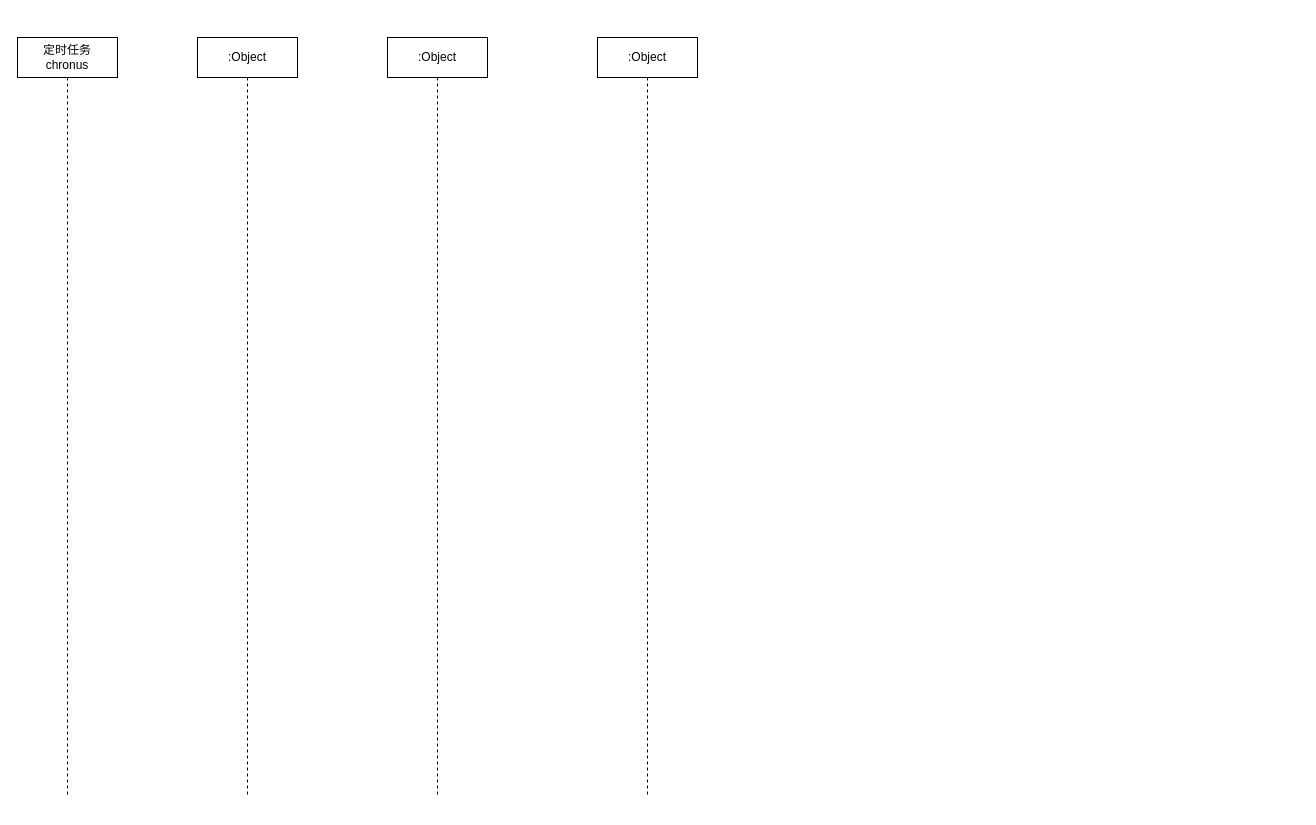
This is src/draw/微信商家券补码定时任务优化.drawio from y13513867074/draw, a draw.io file, before an edit. Source tidied: cells renumbered, new cells numbered last; positions are measured from the earlier drawing's top-left corner, leaving out a move shared by most shapes. Both pictures are drawn from the tidied source at 100%, with x=0, y=0 at pixel (17, 37).
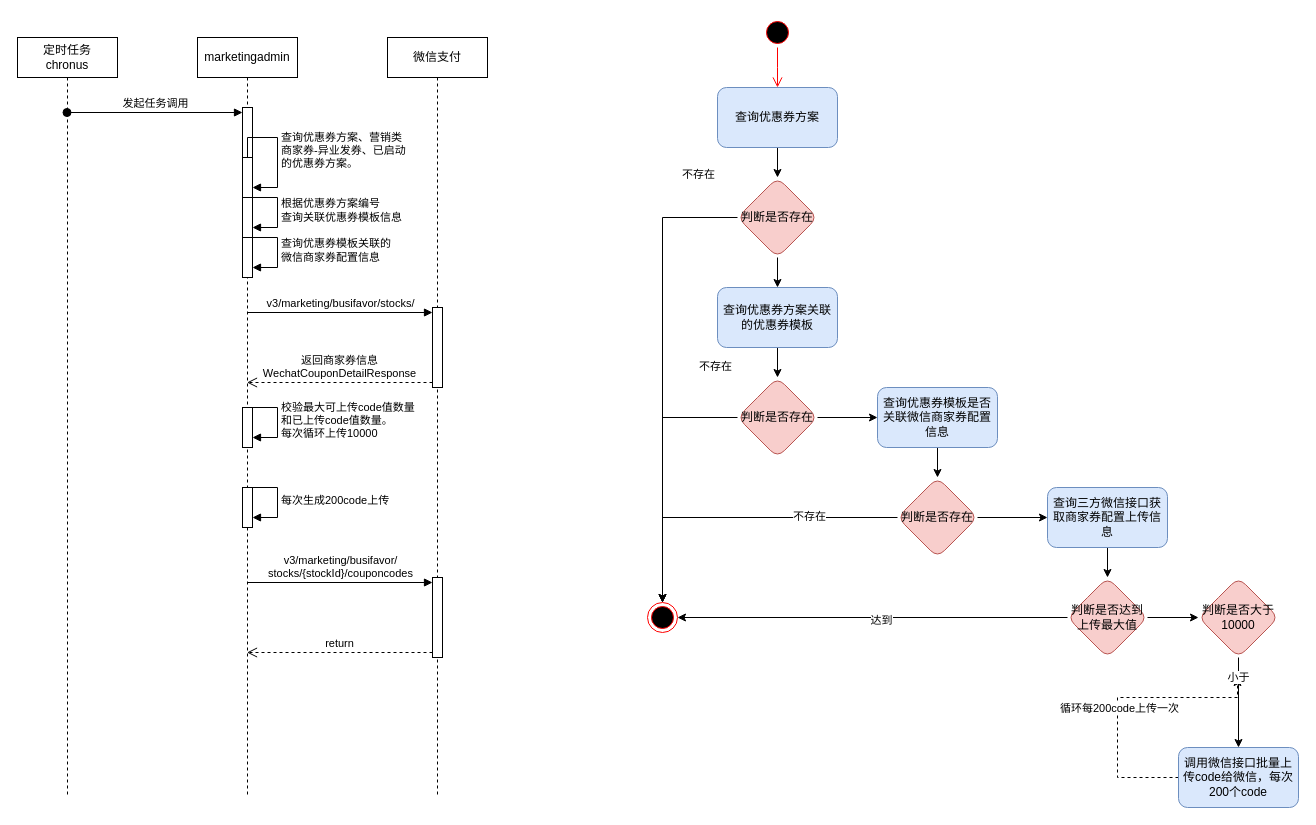
The same page after the edit.

Commit message:
更新微信商家券补码定时任务优化.drawio

The change refers to these unchanged cells:
```xml
<mxCell id="2" value="定时任务&lt;div&gt;chronus&lt;/div&gt;" style="shape=umlLifeline;perimeter=lifelinePerimeter;whiteSpace=wrap;html=1;outlineConnect=0;portConstraint=eastwest;newEdgeStyle={&quot;curved&quot;:0,&quot;rounded&quot;:0};" parent="1" vertex="1">
  <mxGeometry width="100" height="760" as="geometry" />
</mxCell>
```

Diff of the diagram source:
```diff
@@
-    <mxCell id="3" value=":Object" style="shape=umlLifeline;perimeter=lifelinePerimeter;whiteSpace=wrap;html=1;outlineConnect=0;portConstraint=eastwest;newEdgeStyle={&quot;curved&quot;:0,&quot;rounded&quot;:0};" parent="1" vertex="1">
+    <mxCell id="3" value="marketingadmin" style="shape=umlLifeline;perimeter=lifelinePerimeter;whiteSpace=wrap;html=1;outlineConnect=0;portConstraint=eastwest;newEdgeStyle={&quot;curved&quot;:0,&quot;rounded&quot;:0};" parent="1" vertex="1">
       <mxGeometry x="180" width="100" height="760" as="geometry" />
     </mxCell>
+    <mxCell id="6" style="html=1;points=[[0,0,0,0,5],[0,1,0,0,-5],[1,0,0,0,5],[1,1,0,0,-5]];perimeter=orthogonalPerimeter;outlineConnect=0;targetShapes=umlLifeline;portConstraint=eastwest;newEdgeStyle={&quot;curved&quot;:0,&quot;rounded&quot;:0};" parent="3" vertex="1">
+      <mxGeometry x="45" y="70" width="10" height="80" as="geometry" />
+    </mxCell>
+    <mxCell id="7" style="html=1;points=[[0,0,0,0,5],[0,1,0,0,-5],[1,0,0,0,5],[1,1,0,0,-5]];perimeter=orthogonalPerimeter;outlineConnect=0;targetShapes=umlLifeline;portConstraint=eastwest;newEdgeStyle={&quot;curved&quot;:0,&quot;rounded&quot;:0};" parent="3" vertex="1">
+      <mxGeometry x="45" y="120" width="10" height="40" as="geometry" />
+    </mxCell>
+    <mxCell id="8" value="查询优惠券方案、营销类&lt;div&gt;商家券-异业发券、已启动&lt;/div&gt;&lt;div&gt;的优惠券方案。&lt;/div&gt;" style="html=1;align=left;spacingLeft=2;endArrow=block;rounded=0;edgeStyle=orthogonalEdgeStyle;curved=0;rounded=0;" parent="3" edge="1" target="7">
+      <mxGeometry relative="1" as="geometry">
+        <mxPoint x="50" y="120" as="sourcePoint" />
+        <Array as="points">
+          <mxPoint x="50" y="100" />
+          <mxPoint x="80" y="100" />
+          <mxPoint x="80" y="150" />
+        </Array>
+      </mxGeometry>
+    </mxCell>
+    <mxCell id="9" style="html=1;points=[[0,0,0,0,5],[0,1,0,0,-5],[1,0,0,0,5],[1,1,0,0,-5]];perimeter=orthogonalPerimeter;outlineConnect=0;targetShapes=umlLifeline;portConstraint=eastwest;newEdgeStyle={&quot;curved&quot;:0,&quot;rounded&quot;:0};" parent="3" vertex="1">
+      <mxGeometry x="45" y="160" width="10" height="40" as="geometry" />
+    </mxCell>
+    <mxCell id="10" value="根据优惠券方案编号&lt;div&gt;查询关联优惠券模板信息&lt;/div&gt;" style="html=1;align=left;spacingLeft=2;endArrow=block;rounded=0;edgeStyle=orthogonalEdgeStyle;curved=0;rounded=0;" parent="3" edge="1" target="9">
+      <mxGeometry relative="1" as="geometry">
+        <mxPoint x="50" y="160" as="sourcePoint" />
+        <Array as="points">
+          <mxPoint x="80" y="190" />
+        </Array>
+      </mxGeometry>
+    </mxCell>
+    <mxCell id="11" style="html=1;points=[[0,0,0,0,5],[0,1,0,0,-5],[1,0,0,0,5],[1,1,0,0,-5]];perimeter=orthogonalPerimeter;outlineConnect=0;targetShapes=umlLifeline;portConstraint=eastwest;newEdgeStyle={&quot;curved&quot;:0,&quot;rounded&quot;:0};" parent="3" vertex="1">
+      <mxGeometry x="45" y="200" width="10" height="40" as="geometry" />
+    </mxCell>
+    <mxCell id="12" value="查询优惠券模板关联的&lt;div&gt;微信商家券配置信息&lt;/div&gt;" style="html=1;align=left;spacingLeft=2;endArrow=block;rounded=0;edgeStyle=orthogonalEdgeStyle;curved=0;rounded=0;" parent="3" edge="1" target="11">
+      <mxGeometry relative="1" as="geometry">
+        <mxPoint x="50" y="200" as="sourcePoint" />
+        <Array as="points">
+          <mxPoint x="80" y="230" />
+        </Array>
+      </mxGeometry>
+    </mxCell>
+    <mxCell id="13" style="html=1;points=[[0,0,0,0,5],[0,1,0,0,-5],[1,0,0,0,5],[1,1,0,0,-5]];perimeter=orthogonalPerimeter;outlineConnect=0;targetShapes=umlLifeline;portConstraint=eastwest;newEdgeStyle={&quot;curved&quot;:0,&quot;rounded&quot;:0};" parent="3" vertex="1">
+      <mxGeometry x="45" y="370" width="10" height="40" as="geometry" />
+    </mxCell>
+    <mxCell id="14" value="校验最大可上传code值数量&lt;div&gt;和已上传code值数量。&lt;/div&gt;&lt;div&gt;每次循环上传10000&lt;/div&gt;" style="html=1;align=left;spacingLeft=2;endArrow=block;rounded=0;edgeStyle=orthogonalEdgeStyle;curved=0;rounded=0;" parent="3" edge="1" target="13">
+      <mxGeometry x="0.01" relative="1" as="geometry">
+        <mxPoint x="50" y="370" as="sourcePoint" />
+        <Array as="points">
+          <mxPoint x="80" y="400" />
+        </Array>
+      </mxGeometry>
+    </mxCell>
+    <mxCell id="15" style="html=1;points=[[0,0,0,0,5],[0,1,0,0,-5],[1,0,0,0,5],[1,1,0,0,-5]];perimeter=orthogonalPerimeter;outlineConnect=0;targetShapes=umlLifeline;portConstraint=eastwest;newEdgeStyle={&quot;curved&quot;:0,&quot;rounded&quot;:0};" parent="3" vertex="1">
+      <mxGeometry x="45" y="450" width="10" height="40" as="geometry" />
+    </mxCell>
+    <mxCell id="16" value="每次生成200code上传" style="html=1;align=left;spacingLeft=2;endArrow=block;rounded=0;edgeStyle=orthogonalEdgeStyle;curved=0;rounded=0;" parent="3" edge="1" target="15">
+      <mxGeometry relative="1" as="geometry">
+        <mxPoint x="50" y="450" as="sourcePoint" />
+        <Array as="points">
+          <mxPoint x="80" y="480" />
+        </Array>
+      </mxGeometry>
+    </mxCell>
-    <mxCell id="4" value=":Object" style="shape=umlLifeline;perimeter=lifelinePerimeter;whiteSpace=wrap;html=1;newEdgeStyle={&quot;curved&quot;:0,&quot;rounded&quot;:0};" parent="1" vertex="1">
+    <mxCell id="4" value="微信支付" style="shape=umlLifeline;perimeter=lifelinePerimeter;whiteSpace=wrap;html=1;newEdgeStyle={&quot;curved&quot;:0,&quot;rounded&quot;:0};" parent="1" vertex="1">
       <mxGeometry x="370" width="100" height="760" as="geometry" />
     </mxCell>
-    <mxCell id="5" value=":Object" style="shape=umlLifeline;perimeter=lifelinePerimeter;whiteSpace=wrap;html=1;newEdgeStyle={&quot;curved&quot;:0,&quot;rounded&quot;:0};" parent="1" vertex="1">
-      <mxGeometry x="580" width="100" height="760" as="geometry" />
-    </mxCell>
+    <mxCell id="17" style="html=1;points=[[0,0,0,0,5],[0,1,0,0,-5],[1,0,0,0,5],[1,1,0,0,-5]];perimeter=orthogonalPerimeter;outlineConnect=0;targetShapes=umlLifeline;portConstraint=eastwest;newEdgeStyle={&quot;curved&quot;:0,&quot;rounded&quot;:0};" parent="4" vertex="1">
+      <mxGeometry x="45" y="270" width="10" height="80" as="geometry" />
+    </mxCell>
+    <mxCell id="18" style="html=1;points=[[0,0,0,0,5],[0,1,0,0,-5],[1,0,0,0,5],[1,1,0,0,-5]];perimeter=orthogonalPerimeter;outlineConnect=0;targetShapes=umlLifeline;portConstraint=eastwest;newEdgeStyle={&quot;curved&quot;:0,&quot;rounded&quot;:0};" parent="4" vertex="1">
+      <mxGeometry x="45" y="540" width="10" height="80" as="geometry" />
+    </mxCell>
+    <mxCell id="19" value="v3/marketing/busifavor/&lt;div&gt;stocks/{stockId}/couponcodes&lt;/div&gt;" style="html=1;verticalAlign=bottom;endArrow=block;curved=0;rounded=0;entryX=0;entryY=0;entryDx=0;entryDy=5;" parent="4" edge="1" target="18">
+      <mxGeometry relative="1" as="geometry">
+        <mxPoint x="-140.5" y="545" as="sourcePoint" />
+      </mxGeometry>
+    </mxCell>
+    <mxCell id="20" value="return" style="html=1;verticalAlign=bottom;endArrow=open;dashed=1;endSize=8;curved=0;rounded=0;exitX=0;exitY=1;exitDx=0;exitDy=-5;" parent="4" edge="1" source="18">
+      <mxGeometry relative="1" as="geometry">
+        <mxPoint x="-140.5" y="615" as="targetPoint" />
+      </mxGeometry>
+    </mxCell>
+    <mxCell id="21" value="发起任务调用" style="html=1;verticalAlign=bottom;startArrow=oval;endArrow=block;startSize=8;curved=0;rounded=0;entryX=0;entryY=0;entryDx=0;entryDy=5;" parent="1" edge="1" source="2" target="6">
+      <mxGeometry relative="1" as="geometry" />
+    </mxCell>
+    <mxCell id="22" value="v3/marketing/busifavor/stocks/" style="html=1;verticalAlign=bottom;endArrow=block;curved=0;rounded=0;entryX=0;entryY=0;entryDx=0;entryDy=5;" parent="1" edge="1" source="3" target="17">
+      <mxGeometry relative="1" as="geometry" />
+    </mxCell>
+    <mxCell id="23" value="返回商家券信息&lt;div&gt;WechatCouponDetailResponse&lt;/div&gt;" style="html=1;verticalAlign=bottom;endArrow=open;dashed=1;endSize=8;curved=0;rounded=0;exitX=0;exitY=1;exitDx=0;exitDy=-5;" parent="1" edge="1" source="17" target="3">
+      <mxGeometry relative="1" as="geometry" />
+    </mxCell>
+    <mxCell id="24" style="edgeStyle=orthogonalEdgeStyle;rounded=0;jettySize=auto;html=1;" parent="1" edge="1" source="25" target="32">
+      <mxGeometry relative="1" as="geometry" />
+    </mxCell>
+    <mxCell id="25" value="查询优惠券方案" style="rounded=1;whiteSpace=wrap;html=1;fillColor=#dae8fc;strokeColor=#6c8ebf;" parent="1" vertex="1">
+      <mxGeometry x="700" y="50" width="120" height="60" as="geometry" />
+    </mxCell>
+    <mxCell id="26" style="ellipse;html=1;shape=endState;fillColor=#000000;strokeColor=#ff0000;" parent="1" vertex="1">
+      <mxGeometry x="630" y="565" width="30" height="30" as="geometry" />
+    </mxCell>
+    <mxCell id="27" style="ellipse;html=1;shape=startState;fillColor=#000000;strokeColor=#ff0000;" parent="1" vertex="1">
+      <mxGeometry x="745" y="-20" width="30" height="30" as="geometry" />
+    </mxCell>
+    <mxCell id="28" style="edgeStyle=orthogonalEdgeStyle;html=1;verticalAlign=bottom;endArrow=open;endSize=8;strokeColor=#ff0000;rounded=0;" parent="1" edge="1" source="27">
+      <mxGeometry relative="1" as="geometry">
+        <mxPoint x="760" y="50" as="targetPoint" />
+      </mxGeometry>
+    </mxCell>
+    <mxCell id="29" style="edgeStyle=orthogonalEdgeStyle;rounded=0;jettySize=auto;html=1;exitX=0;exitY=0.5;exitDx=0;exitDy=0;entryX=0.5;entryY=0;entryDx=0;entryDy=0;" parent="1" edge="1" source="32" target="26">
+      <mxGeometry relative="1" as="geometry" />
+    </mxCell>
+    <mxCell id="30" value="不存在" style="edgeLabel;html=1;align=center;verticalAlign=middle;" parent="29" vertex="1">
+      <mxGeometry x="-0.25" y="1" relative="1" as="geometry">
+        <mxPoint x="34" y="-142" as="offset" />
+      </mxGeometry>
+    </mxCell>
+    <mxCell id="31" style="edgeStyle=orthogonalEdgeStyle;rounded=0;jettySize=auto;html=1;" parent="1" edge="1" source="32" target="34">
+      <mxGeometry relative="1" as="geometry" />
+    </mxCell>
+    <mxCell id="32" value="判断是否存在" style="rhombus;whiteSpace=wrap;html=1;rounded=1;fillColor=#f8cecc;strokeColor=#b85450;" parent="1" vertex="1">
+      <mxGeometry x="720" y="140" width="80" height="80" as="geometry" />
+    </mxCell>
+    <mxCell id="33" style="edgeStyle=orthogonalEdgeStyle;rounded=0;jettySize=auto;html=1;" parent="1" edge="1" source="34" target="38">
+      <mxGeometry relative="1" as="geometry" />
+    </mxCell>
+    <mxCell id="34" value="查询优惠券方案关联的优惠券模板" style="whiteSpace=wrap;html=1;rounded=1;fillColor=#dae8fc;strokeColor=#6c8ebf;" parent="1" vertex="1">
+      <mxGeometry x="700" y="250" width="120" height="60" as="geometry" />
+    </mxCell>
+    <mxCell id="35" style="edgeStyle=orthogonalEdgeStyle;rounded=0;jettySize=auto;html=1;exitX=0;exitY=0.5;exitDx=0;exitDy=0;" parent="1" edge="1" source="38" target="26">
+      <mxGeometry relative="1" as="geometry" />
+    </mxCell>
+    <mxCell id="36" value="不存在" style="edgeLabel;html=1;align=center;verticalAlign=middle;" parent="35" vertex="1">
+      <mxGeometry x="-0.46" y="-2" relative="1" as="geometry">
+        <mxPoint x="47" y="-50" as="offset" />
+      </mxGeometry>
+    </mxCell>
+    <mxCell id="37" style="edgeStyle=orthogonalEdgeStyle;rounded=0;jettySize=auto;html=1;" parent="1" edge="1" source="38" target="40">
+      <mxGeometry relative="1" as="geometry" />
+    </mxCell>
+    <mxCell id="38" value="判断是否存在" style="rhombus;whiteSpace=wrap;html=1;rounded=1;fillColor=#f8cecc;strokeColor=#b85450;" parent="1" vertex="1">
+      <mxGeometry x="720" y="340" width="80" height="80" as="geometry" />
+    </mxCell>
+    <mxCell id="39" style="edgeStyle=orthogonalEdgeStyle;rounded=0;jettySize=auto;html=1;exitX=0.5;exitY=1;exitDx=0;exitDy=0;entryX=0.5;entryY=0;entryDx=0;entryDy=0;" parent="1" edge="1" source="40" target="44">
+      <mxGeometry relative="1" as="geometry" />
+    </mxCell>
+    <mxCell id="40" value="查询优惠券模板是否关联微信商家券配置信息" style="whiteSpace=wrap;html=1;rounded=1;fillColor=#dae8fc;strokeColor=#6c8ebf;" parent="1" vertex="1">
+      <mxGeometry x="860" y="350" width="120" height="60" as="geometry" />
+    </mxCell>
+    <mxCell id="41" style="edgeStyle=orthogonalEdgeStyle;rounded=0;jettySize=auto;html=1;entryX=0.5;entryY=0;entryDx=0;entryDy=0;" parent="1" edge="1" source="44" target="26">
+      <mxGeometry relative="1" as="geometry" />
+    </mxCell>
+    <mxCell id="42" value="不存在" style="edgeLabel;html=1;align=center;verticalAlign=middle;" parent="41" vertex="1">
+      <mxGeometry x="-0.11" y="2" relative="1" as="geometry">
+        <mxPoint x="53" y="-4" as="offset" />
+      </mxGeometry>
+    </mxCell>
+    <mxCell id="43" style="edgeStyle=orthogonalEdgeStyle;rounded=0;jettySize=auto;html=1;" parent="1" edge="1" source="44" target="46">
+      <mxGeometry relative="1" as="geometry" />
+    </mxCell>
+    <mxCell id="44" value="判断是否存在" style="rhombus;whiteSpace=wrap;html=1;rounded=1;fillColor=#f8cecc;strokeColor=#b85450;" parent="1" vertex="1">
+      <mxGeometry x="880" y="440" width="80" height="80" as="geometry" />
+    </mxCell>
+    <mxCell id="45" style="edgeStyle=orthogonalEdgeStyle;rounded=0;jettySize=auto;html=1;exitX=0.5;exitY=1;exitDx=0;exitDy=0;" parent="1" edge="1" source="46" target="50">
+      <mxGeometry relative="1" as="geometry" />
+    </mxCell>
+    <mxCell id="46" value="查询三方微信接口获取商家券配置上传信息" style="whiteSpace=wrap;html=1;rounded=1;fillColor=#dae8fc;strokeColor=#6c8ebf;" parent="1" vertex="1">
+      <mxGeometry x="1030" y="450" width="120" height="60" as="geometry" />
+    </mxCell>
+    <mxCell id="47" style="edgeStyle=orthogonalEdgeStyle;rounded=0;jettySize=auto;html=1;exitX=0;exitY=0.5;exitDx=0;exitDy=0;entryX=1;entryY=0.5;entryDx=0;entryDy=0;" parent="1" edge="1" source="50" target="26">
+      <mxGeometry relative="1" as="geometry" />
+    </mxCell>
+    <mxCell id="48" value="达到" style="edgeLabel;html=1;align=center;verticalAlign=middle;" parent="47" vertex="1">
+      <mxGeometry x="-0.04" y="2" relative="1" as="geometry" />
+    </mxCell>
+    <mxCell id="49" style="edgeStyle=orthogonalEdgeStyle;rounded=0;jettySize=auto;html=1;" parent="1" edge="1" source="50" target="56">
+      <mxGeometry relative="1" as="geometry" />
+    </mxCell>
+    <mxCell id="50" value="判断是否达到上传最大值" style="rhombus;whiteSpace=wrap;html=1;rounded=1;fillColor=#f8cecc;strokeColor=#b85450;" parent="1" vertex="1">
+      <mxGeometry x="1050" y="540" width="80" height="80" as="geometry" />
+    </mxCell>
+    <mxCell id="51" style="edgeStyle=orthogonalEdgeStyle;rounded=0;jettySize=auto;html=1;exitX=0;exitY=0.5;exitDx=0;exitDy=0;dashed=1;" parent="1" edge="1" source="53">
+      <mxGeometry relative="1" as="geometry">
+        <mxPoint x="1220" y="640" as="targetPoint" />
+        <Array as="points">
+          <mxPoint x="1100" y="740" />
+          <mxPoint x="1100" y="660" />
+          <mxPoint x="1220" y="660" />
+        </Array>
+      </mxGeometry>
+    </mxCell>
+    <mxCell id="52" value="循环每200code上传一次" style="edgeLabel;html=1;align=center;verticalAlign=middle;" parent="51" vertex="1">
+      <mxGeometry x="-0.07" y="-1" relative="1" as="geometry" />
+    </mxCell>
+    <mxCell id="53" value="调用微信接口批量上传code给微信，每次200个code" style="whiteSpace=wrap;html=1;rounded=1;fillColor=#dae8fc;strokeColor=#6c8ebf;" parent="1" vertex="1">
+      <mxGeometry x="1161" y="710" width="120" height="60" as="geometry" />
+    </mxCell>
+    <mxCell id="54" style="edgeStyle=orthogonalEdgeStyle;rounded=0;jettySize=auto;html=1;exitX=0.5;exitY=1;exitDx=0;exitDy=0;" parent="1" edge="1" source="56" target="53">
+      <mxGeometry relative="1" as="geometry" />
+    </mxCell>
+    <mxCell id="55" value="小于" style="edgeLabel;html=1;align=center;verticalAlign=middle;" parent="54" vertex="1">
+      <mxGeometry x="-0.58" y="-1" relative="1" as="geometry" />
+    </mxCell>
+    <mxCell id="56" value="判断是否大于10000" style="rhombus;whiteSpace=wrap;html=1;fillColor=#f8cecc;strokeColor=#b85450;rounded=1;" parent="1" vertex="1">
+      <mxGeometry x="1181" y="540" width="80" height="80" as="geometry" />
+    </mxCell>
```
